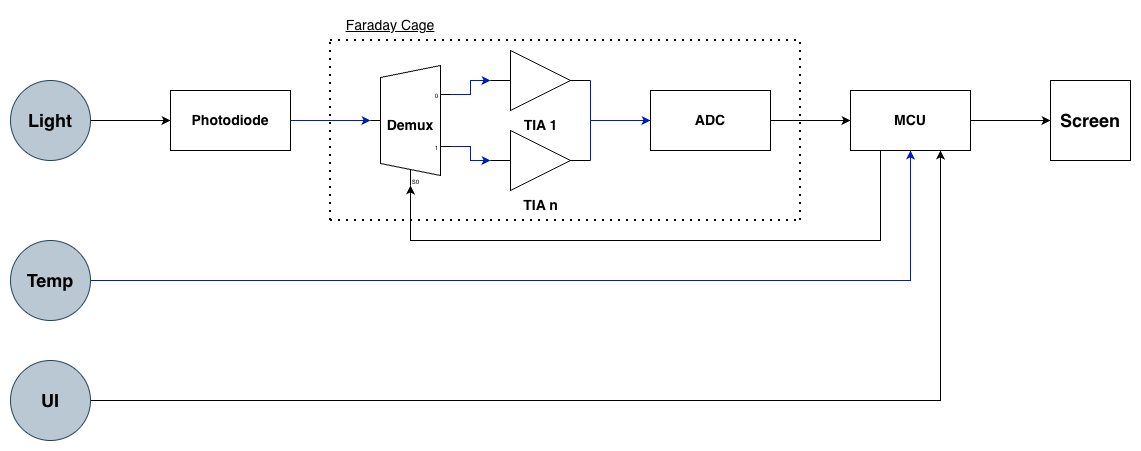
Above: Block Diagram/opm-block-diagram.png in PerryXu1/optical-power-meter (draw.io), before the change. Source tidied: cells renumbered, new cells last; positions are measured from the earlier drawing's top-left corner, leaving out a move shared by most shapes. The source it was exported from:
```xml
<mxGraphModel>
  <root>
    <mxCell id="0" />
    <mxCell id="1" parent="0" />
    <mxCell id="2" value="&lt;b&gt;&lt;font style=&quot;font-size: 14px;&quot;&gt;Photodiode&lt;/font&gt;&lt;/b&gt;" style="rounded=0;whiteSpace=wrap;html=1;" parent="1" vertex="1">
      <mxGeometry x="160" y="80" width="120" height="60" as="geometry" />
    </mxCell>
    <mxCell id="3" style="edgeStyle=orthogonalEdgeStyle;rounded=0;jettySize=auto;html=1;exitX=1;exitY=0.5;exitDx=0;exitDy=0;entryX=0;entryY=0.5;entryDx=0;entryDy=0;" parent="1" edge="1" source="4" target="2">
      <mxGeometry relative="1" as="geometry" />
    </mxCell>
    <mxCell id="4" value="&lt;font style=&quot;font-size: 18px;&quot;&gt;&lt;b&gt;Light&lt;/b&gt;&lt;/font&gt;" style="ellipse;whiteSpace=wrap;html=1;labelBackgroundColor=none;fillColor=#bac8d3;strokeColor=#23445d;" parent="1" vertex="1">
      <mxGeometry y="70" width="80" height="80" as="geometry" />
    </mxCell>
    <mxCell id="5" style="edgeStyle=orthogonalEdgeStyle;rounded=0;jettySize=auto;html=1;exitX=1;exitY=0.21666666666666667;exitDx=0;exitDy=3;exitPerimeter=0;fillColor=#0050ef;strokeColor=#001DBC;" parent="1" edge="1" source="7" target="9">
      <mxGeometry relative="1" as="geometry" />
    </mxCell>
    <mxCell id="6" style="edgeStyle=orthogonalEdgeStyle;rounded=0;jettySize=auto;html=1;exitX=1;exitY=0.65;exitDx=0;exitDy=3;exitPerimeter=0;fillColor=#0050ef;strokeColor=#001DBC;" parent="1" edge="1" source="7" target="10">
      <mxGeometry relative="1" as="geometry" />
    </mxCell>
    <mxCell id="7" value="&lt;b&gt;&lt;font style=&quot;font-size: 14px;&quot;&gt;Demux&lt;/font&gt;&lt;/b&gt;" style="shadow=0;dashed=0;align=center;html=1;strokeWidth=1;shape=mxgraph.electrical.abstract.mux2;operation=demux;whiteSpace=wrap;" parent="1" vertex="1">
      <mxGeometry x="360" y="55" width="80" height="120" as="geometry" />
    </mxCell>
    <mxCell id="8" style="edgeStyle=orthogonalEdgeStyle;rounded=0;jettySize=auto;html=1;exitX=1;exitY=0.5;exitDx=0;exitDy=0;entryX=0;entryY=0.4583333333333333;entryDx=0;entryDy=0;entryPerimeter=0;fillColor=#0050ef;strokeColor=#001DBC;" parent="1" edge="1" source="2" target="7">
      <mxGeometry relative="1" as="geometry" />
    </mxCell>
    <mxCell id="9" value="&lt;font style=&quot;font-size: 14px;&quot;&gt;&lt;b&gt;TIA 1&lt;/b&gt;&lt;/font&gt;&lt;div&gt;&lt;br&gt;&lt;/div&gt;" style="verticalLabelPosition=bottom;shadow=0;dashed=0;align=center;html=1;verticalAlign=top;shape=mxgraph.electrical.logic_gates.buffer2;" parent="1" vertex="1">
      <mxGeometry x="480" y="40" width="100" height="60" as="geometry" />
    </mxCell>
    <mxCell id="10" value="&lt;b&gt;&lt;font style=&quot;font-size: 14px;&quot;&gt;TIA n&lt;/font&gt;&lt;/b&gt;" style="verticalLabelPosition=bottom;shadow=0;dashed=0;align=center;html=1;verticalAlign=top;shape=mxgraph.electrical.logic_gates.buffer2;" parent="1" vertex="1">
      <mxGeometry x="480" y="120" width="100" height="60" as="geometry" />
    </mxCell>
    <mxCell id="11" style="endArrow=none;html=1;rounded=0;exitX=1;exitY=0.5;exitDx=0;exitDy=0;fillColor=#0050ef;strokeColor=#001DBC;" parent="1" edge="1" source="10">
      <mxGeometry relative="1" as="geometry">
        <mxPoint x="580" y="70" as="targetPoint" />
        <Array as="points">
          <mxPoint x="580" y="110" />
        </Array>
      </mxGeometry>
    </mxCell>
    <mxCell id="12" style="edgeStyle=none;rounded=0;jettySize=auto;html=1;exitX=1;exitY=0.5;exitDx=0;exitDy=0;" parent="1" edge="1" source="13" target="17">
      <mxGeometry relative="1" as="geometry" />
    </mxCell>
    <mxCell id="13" value="&lt;font style=&quot;font-size: 14px;&quot;&gt;&lt;b&gt;ADC&lt;/b&gt;&lt;/font&gt;" style="rounded=0;whiteSpace=wrap;html=1;" parent="1" vertex="1">
      <mxGeometry x="640" y="80" width="120" height="60" as="geometry" />
    </mxCell>
    <mxCell id="14" style="endArrow=classic;html=1;rounded=0;entryX=0;entryY=0.5;entryDx=0;entryDy=0;fillColor=#0050ef;strokeColor=#001DBC;" parent="1" edge="1" target="13">
      <mxGeometry relative="1" as="geometry">
        <mxPoint x="580" y="110" as="sourcePoint" />
      </mxGeometry>
    </mxCell>
    <mxCell id="15" style="edgeStyle=none;rounded=0;jettySize=auto;html=1;exitX=0.25;exitY=1;exitDx=0;exitDy=0;entryX=0.375;entryY=1;entryDx=10;entryDy=0;entryPerimeter=0;" parent="1" edge="1" source="17" target="7">
      <mxGeometry relative="1" as="geometry">
        <Array as="points">
          <mxPoint x="870" y="230" />
          <mxPoint x="400" y="230" />
        </Array>
      </mxGeometry>
    </mxCell>
    <mxCell id="16" style="edgeStyle=none;rounded=0;jettySize=auto;html=1;entryX=0;entryY=0.5;entryDx=0;entryDy=0;" parent="1" edge="1" source="17" target="22">
      <mxGeometry relative="1" as="geometry" />
    </mxCell>
    <mxCell id="17" value="&lt;font style=&quot;font-size: 14px;&quot;&gt;&lt;b&gt;MCU&lt;/b&gt;&lt;/font&gt;" style="rounded=0;whiteSpace=wrap;html=1;" parent="1" vertex="1">
      <mxGeometry x="840" y="80" width="120" height="60" as="geometry" />
    </mxCell>
    <mxCell id="18" style="edgeStyle=none;rounded=0;jettySize=auto;html=1;entryX=0.5;entryY=1;entryDx=0;entryDy=0;fillColor=#0050ef;strokeColor=#001DBC;" parent="1" edge="1" source="19" target="17">
      <mxGeometry relative="1" as="geometry">
        <Array as="points">
          <mxPoint x="900" y="270" />
        </Array>
      </mxGeometry>
    </mxCell>
    <mxCell id="19" value="&lt;b&gt;&lt;font style=&quot;font-size: 18px;&quot;&gt;Temp&lt;/font&gt;&lt;/b&gt;" style="ellipse;whiteSpace=wrap;html=1;fillColor=#bac8d3;strokeColor=#23445d;" parent="1" vertex="1">
      <mxGeometry y="230" width="80" height="80" as="geometry" />
    </mxCell>
    <mxCell id="20" style="edgeStyle=none;rounded=0;jettySize=auto;html=1;entryX=0.75;entryY=1;entryDx=0;entryDy=0;" parent="1" edge="1" source="21" target="17">
      <mxGeometry relative="1" as="geometry">
        <Array as="points">
          <mxPoint x="930" y="390" />
        </Array>
      </mxGeometry>
    </mxCell>
    <mxCell id="21" value="&lt;b&gt;&lt;font style=&quot;font-size: 18px;&quot;&gt;UI&lt;/font&gt;&lt;/b&gt;" style="ellipse;whiteSpace=wrap;html=1;fillColor=#bac8d3;strokeColor=#23445d;" parent="1" vertex="1">
      <mxGeometry y="350" width="80" height="80" as="geometry" />
    </mxCell>
    <mxCell id="22" value="&lt;b&gt;&lt;font style=&quot;font-size: 18px;&quot;&gt;Screen&lt;/font&gt;&lt;/b&gt;" style="whiteSpace=wrap;html=1;" parent="1" vertex="1">
      <mxGeometry x="1040" y="70" width="80" height="80" as="geometry" />
    </mxCell>
    <mxCell id="23" style="endArrow=none;dashed=1;html=1;dashPattern=1 3;strokeWidth=2;rounded=0;" parent="1" edge="1">
      <mxGeometry relative="1" as="geometry">
        <mxPoint x="320" y="210" as="sourcePoint" />
        <mxPoint x="320" y="30" as="targetPoint" />
      </mxGeometry>
    </mxCell>
    <mxCell id="24" style="endArrow=none;dashed=1;html=1;dashPattern=1 3;strokeWidth=2;rounded=0;" parent="1" edge="1">
      <mxGeometry relative="1" as="geometry">
        <mxPoint x="320" y="210" as="sourcePoint" />
        <mxPoint x="790" y="210" as="targetPoint" />
      </mxGeometry>
    </mxCell>
    <mxCell id="25" style="endArrow=none;dashed=1;html=1;dashPattern=1 3;strokeWidth=2;rounded=0;" parent="1" edge="1">
      <mxGeometry relative="1" as="geometry">
        <mxPoint x="320" y="30" as="sourcePoint" />
        <mxPoint x="790" y="30" as="targetPoint" />
      </mxGeometry>
    </mxCell>
    <mxCell id="26" style="endArrow=none;dashed=1;html=1;dashPattern=1 3;strokeWidth=2;rounded=0;" parent="1" edge="1">
      <mxGeometry relative="1" as="geometry">
        <mxPoint x="790" y="210" as="sourcePoint" />
        <mxPoint x="790" y="30" as="targetPoint" />
      </mxGeometry>
    </mxCell>
    <mxCell id="27" value="&lt;u&gt;&lt;font style=&quot;font-size: 14px;&quot;&gt;Faraday Cage&lt;/font&gt;&lt;/u&gt;" style="text;html=1;whiteSpace=wrap;strokeColor=none;fillColor=none;align=center;verticalAlign=middle;rounded=0;" parent="1" vertex="1">
      <mxGeometry x="320" width="120" height="30" as="geometry" />
    </mxCell>
  </root>
</mxGraphModel>
```
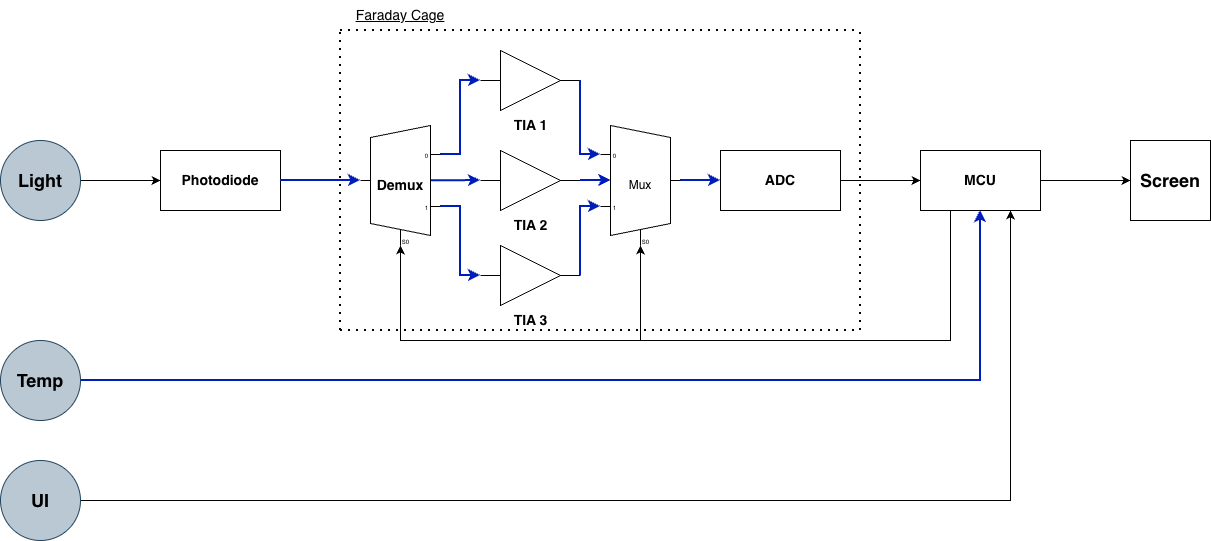
After the commit.

Commit message:
feat: revise block diagram to incldue separate paths for TIAs

The edit, as a diff of the source:
```diff
@@ -11,106 +11,131 @@
     <mxCell id="4" value="&lt;font style=&quot;font-size: 18px;&quot;&gt;&lt;b&gt;Light&lt;/b&gt;&lt;/font&gt;" style="ellipse;whiteSpace=wrap;html=1;labelBackgroundColor=none;fillColor=#bac8d3;strokeColor=#23445d;" parent="1" vertex="1">
       <mxGeometry y="70" width="80" height="80" as="geometry" />
     </mxCell>
+    <mxCell id="28" style="edgeStyle=orthogonalEdgeStyle;rounded=0;jettySize=auto;html=1;exitX=0.88;exitY=0.46;exitDx=0;exitDy=0;exitPerimeter=0;entryX=0;entryY=0.5;entryDx=0;entryDy=0;fillColor=#0050ef;strokeColor=#001DBC;strokeWidth=2;" parent="1" edge="1" source="7" target="30">
+      <mxGeometry relative="1" as="geometry" />
+    </mxCell>
-    <mxCell id="5" style="edgeStyle=orthogonalEdgeStyle;rounded=0;jettySize=auto;html=1;exitX=1;exitY=0.21666666666666667;exitDx=0;exitDy=3;exitPerimeter=0;fillColor=#0050ef;strokeColor=#001DBC;" parent="1" edge="1" source="7" target="9">
+    <mxCell id="5" style="edgeStyle=orthogonalEdgeStyle;rounded=0;jettySize=auto;html=1;exitX=1;exitY=0.21666666666666667;exitDx=0;exitDy=3;exitPerimeter=0;entryX=0;entryY=0.5;entryDx=0;entryDy=0;fillColor=#0050ef;strokeColor=#001DBC;strokeWidth=2;" parent="1" edge="1" source="7" target="9">
       <mxGeometry relative="1" as="geometry" />
     </mxCell>
-    <mxCell id="6" style="edgeStyle=orthogonalEdgeStyle;rounded=0;jettySize=auto;html=1;exitX=1;exitY=0.65;exitDx=0;exitDy=3;exitPerimeter=0;fillColor=#0050ef;strokeColor=#001DBC;" parent="1" edge="1" source="7" target="10">
+    <mxCell id="6" style="edgeStyle=orthogonalEdgeStyle;rounded=0;jettySize=auto;html=1;exitX=1;exitY=0.65;exitDx=0;exitDy=3;exitPerimeter=0;entryX=0;entryY=0.5;entryDx=0;entryDy=0;fillColor=#0050ef;strokeColor=#001DBC;startSize=6;endSize=6;strokeWidth=2;" parent="1" edge="1" source="7" target="10">
       <mxGeometry relative="1" as="geometry" />
     </mxCell>
-    <mxCell id="7" value="&lt;b&gt;&lt;font style=&quot;font-size: 14px;&quot;&gt;Demux&lt;/font&gt;&lt;/b&gt;" style="shadow=0;dashed=0;align=center;html=1;strokeWidth=1;shape=mxgraph.electrical.abstract.mux2;operation=demux;whiteSpace=wrap;" parent="1" vertex="1">
+    <mxCell id="7" value="&lt;b&gt;&lt;font style=&quot;font-size: 14px;&quot;&gt;Demux&lt;/font&gt;&lt;/b&gt;" style="shadow=0;dashed=0;align=center;html=1;strokeWidth=1;shape=mxgraph.electrical.abstract.mux2;operation=demux;whiteSpace=wrap;points=[[0,0.4583333333333333,0,0,0],[0.375,1,0,10,0],[0.88,0.46,0,0,0],[1,0.21666666666666667,0,0,3],[1,0.65,0,0,3]];" parent="1" vertex="1">
       <mxGeometry x="360" y="55" width="80" height="120" as="geometry" />
     </mxCell>
-    <mxCell id="8" style="edgeStyle=orthogonalEdgeStyle;rounded=0;jettySize=auto;html=1;exitX=1;exitY=0.5;exitDx=0;exitDy=0;entryX=0;entryY=0.4583333333333333;entryDx=0;entryDy=0;entryPerimeter=0;fillColor=#0050ef;strokeColor=#001DBC;" parent="1" edge="1" source="2" target="7">
+    <mxCell id="8" style="edgeStyle=orthogonalEdgeStyle;rounded=0;jettySize=auto;html=1;exitX=1;exitY=0.5;exitDx=0;exitDy=0;entryX=0;entryY=0.4583333333333333;entryDx=0;entryDy=0;entryPerimeter=0;fillColor=#0050ef;strokeColor=#001DBC;strokeWidth=2;" parent="1" edge="1" source="2" target="7">
       <mxGeometry relative="1" as="geometry" />
     </mxCell>
     <mxCell id="9" value="&lt;font style=&quot;font-size: 14px;&quot;&gt;&lt;b&gt;TIA 1&lt;/b&gt;&lt;/font&gt;&lt;div&gt;&lt;br&gt;&lt;/div&gt;" style="verticalLabelPosition=bottom;shadow=0;dashed=0;align=center;html=1;verticalAlign=top;shape=mxgraph.electrical.logic_gates.buffer2;" parent="1" vertex="1">
-      <mxGeometry x="480" y="40" width="100" height="60" as="geometry" />
+      <mxGeometry x="480" y="-20" width="100" height="60" as="geometry" />
     </mxCell>
-    <mxCell id="10" value="&lt;b&gt;&lt;font style=&quot;font-size: 14px;&quot;&gt;TIA n&lt;/font&gt;&lt;/b&gt;" style="verticalLabelPosition=bottom;shadow=0;dashed=0;align=center;html=1;verticalAlign=top;shape=mxgraph.electrical.logic_gates.buffer2;" parent="1" vertex="1">
-      <mxGeometry x="480" y="120" width="100" height="60" as="geometry" />
+    <mxCell id="10" value="&lt;b&gt;&lt;font style=&quot;font-size: 14px;&quot;&gt;TIA 3&lt;/font&gt;&lt;/b&gt;&lt;div&gt;&lt;b&gt;&lt;font style=&quot;font-size: 14px;&quot;&gt;&lt;br&gt;&lt;/font&gt;&lt;/b&gt;&lt;/div&gt;" style="verticalLabelPosition=bottom;shadow=0;dashed=0;align=center;html=1;verticalAlign=top;shape=mxgraph.electrical.logic_gates.buffer2;" parent="1" vertex="1">
+      <mxGeometry x="480" y="175" width="100" height="60" as="geometry" />
     </mxCell>
-    <mxCell id="11" style="endArrow=none;html=1;rounded=0;exitX=1;exitY=0.5;exitDx=0;exitDy=0;fillColor=#0050ef;strokeColor=#001DBC;" parent="1" edge="1" source="10">
-      <mxGeometry relative="1" as="geometry">
-        <mxPoint x="580" y="70" as="targetPoint" />
-        <Array as="points">
-          <mxPoint x="580" y="110" />
-        </Array>
-      </mxGeometry>
-    </mxCell>
     <mxCell id="12" style="edgeStyle=none;rounded=0;jettySize=auto;html=1;exitX=1;exitY=0.5;exitDx=0;exitDy=0;" parent="1" edge="1" source="13" target="17">
       <mxGeometry relative="1" as="geometry" />
     </mxCell>
     <mxCell id="13" value="&lt;font style=&quot;font-size: 14px;&quot;&gt;&lt;b&gt;ADC&lt;/b&gt;&lt;/font&gt;" style="rounded=0;whiteSpace=wrap;html=1;" parent="1" vertex="1">
-      <mxGeometry x="640" y="80" width="120" height="60" as="geometry" />
+      <mxGeometry x="720" y="80" width="120" height="60" as="geometry" />
     </mxCell>
-    <mxCell id="14" style="endArrow=classic;html=1;rounded=0;entryX=0;entryY=0.5;entryDx=0;entryDy=0;fillColor=#0050ef;strokeColor=#001DBC;" parent="1" edge="1" target="13">
-      <mxGeometry relative="1" as="geometry">
-        <mxPoint x="580" y="110" as="sourcePoint" />
-      </mxGeometry>
-    </mxCell>
     <mxCell id="15" style="edgeStyle=none;rounded=0;jettySize=auto;html=1;exitX=0.25;exitY=1;exitDx=0;exitDy=0;entryX=0.375;entryY=1;entryDx=10;entryDy=0;entryPerimeter=0;" parent="1" edge="1" source="17" target="7">
       <mxGeometry relative="1" as="geometry">
         <Array as="points">
-          <mxPoint x="870" y="230" />
-          <mxPoint x="400" y="230" />
+          <mxPoint x="950" y="270" />
+          <mxPoint x="640" y="270" />
+          <mxPoint x="400" y="270" />
         </Array>
       </mxGeometry>
     </mxCell>
     <mxCell id="16" style="edgeStyle=none;rounded=0;jettySize=auto;html=1;entryX=0;entryY=0.5;entryDx=0;entryDy=0;" parent="1" edge="1" source="17" target="22">
       <mxGeometry relative="1" as="geometry" />
     </mxCell>
+    <mxCell id="29" style="edgeStyle=orthogonalEdgeStyle;rounded=0;jettySize=auto;html=1;exitX=0.25;exitY=1;exitDx=0;exitDy=0;entryX=0.375;entryY=1;entryDx=10;entryDy=0;entryPerimeter=0;" parent="1" edge="1" source="17" target="32">
+      <mxGeometry relative="1" as="geometry">
+        <Array as="points">
+          <mxPoint x="950" y="270" />
+          <mxPoint x="640" y="270" />
+        </Array>
+      </mxGeometry>
+    </mxCell>
     <mxCell id="17" value="&lt;font style=&quot;font-size: 14px;&quot;&gt;&lt;b&gt;MCU&lt;/b&gt;&lt;/font&gt;" style="rounded=0;whiteSpace=wrap;html=1;" parent="1" vertex="1">
-      <mxGeometry x="840" y="80" width="120" height="60" as="geometry" />
+      <mxGeometry x="920" y="80" width="120" height="60" as="geometry" />
     </mxCell>
-    <mxCell id="18" style="edgeStyle=none;rounded=0;jettySize=auto;html=1;entryX=0.5;entryY=1;entryDx=0;entryDy=0;fillColor=#0050ef;strokeColor=#001DBC;" parent="1" edge="1" source="19" target="17">
+    <mxCell id="18" style="edgeStyle=none;rounded=0;jettySize=auto;html=1;entryX=0.5;entryY=1;entryDx=0;entryDy=0;fillColor=#0050ef;strokeColor=#001DBC;strokeWidth=2;" parent="1" edge="1" source="19" target="17">
       <mxGeometry relative="1" as="geometry">
         <Array as="points">
-          <mxPoint x="900" y="270" />
+          <mxPoint x="980" y="310" />
         </Array>
       </mxGeometry>
     </mxCell>
     <mxCell id="19" value="&lt;b&gt;&lt;font style=&quot;font-size: 18px;&quot;&gt;Temp&lt;/font&gt;&lt;/b&gt;" style="ellipse;whiteSpace=wrap;html=1;fillColor=#bac8d3;strokeColor=#23445d;" parent="1" vertex="1">
-      <mxGeometry y="230" width="80" height="80" as="geometry" />
+      <mxGeometry y="270" width="80" height="80" as="geometry" />
     </mxCell>
     <mxCell id="20" style="edgeStyle=none;rounded=0;jettySize=auto;html=1;entryX=0.75;entryY=1;entryDx=0;entryDy=0;" parent="1" edge="1" source="21" target="17">
       <mxGeometry relative="1" as="geometry">
         <Array as="points">
-          <mxPoint x="930" y="390" />
+          <mxPoint x="1010" y="430" />
         </Array>
       </mxGeometry>
     </mxCell>
     <mxCell id="21" value="&lt;b&gt;&lt;font style=&quot;font-size: 18px;&quot;&gt;UI&lt;/font&gt;&lt;/b&gt;" style="ellipse;whiteSpace=wrap;html=1;fillColor=#bac8d3;strokeColor=#23445d;" parent="1" vertex="1">
-      <mxGeometry y="350" width="80" height="80" as="geometry" />
+      <mxGeometry y="390" width="80" height="80" as="geometry" />
     </mxCell>
     <mxCell id="22" value="&lt;b&gt;&lt;font style=&quot;font-size: 18px;&quot;&gt;Screen&lt;/font&gt;&lt;/b&gt;" style="whiteSpace=wrap;html=1;" parent="1" vertex="1">
-      <mxGeometry x="1040" y="70" width="80" height="80" as="geometry" />
+      <mxGeometry x="1130" y="70" width="80" height="80" as="geometry" />
     </mxCell>
     <mxCell id="23" style="endArrow=none;dashed=1;html=1;dashPattern=1 3;strokeWidth=2;rounded=0;" parent="1" edge="1">
       <mxGeometry relative="1" as="geometry">
-        <mxPoint x="320" y="210" as="sourcePoint" />
-        <mxPoint x="320" y="30" as="targetPoint" />
+        <mxPoint x="340" y="260" as="sourcePoint" />
+        <mxPoint x="340" y="-40" as="targetPoint" />
       </mxGeometry>
     </mxCell>
     <mxCell id="24" style="endArrow=none;dashed=1;html=1;dashPattern=1 3;strokeWidth=2;rounded=0;" parent="1" edge="1">
       <mxGeometry relative="1" as="geometry">
-        <mxPoint x="320" y="210" as="sourcePoint" />
-        <mxPoint x="790" y="210" as="targetPoint" />
+        <mxPoint x="340" y="260" as="sourcePoint" />
+        <mxPoint x="860" y="260" as="targetPoint" />
       </mxGeometry>
     </mxCell>
     <mxCell id="25" style="endArrow=none;dashed=1;html=1;dashPattern=1 3;strokeWidth=2;rounded=0;" parent="1" edge="1">
       <mxGeometry relative="1" as="geometry">
-        <mxPoint x="320" y="30" as="sourcePoint" />
-        <mxPoint x="790" y="30" as="targetPoint" />
+        <mxPoint x="340" y="-40" as="sourcePoint" />
+        <mxPoint x="860" y="-40" as="targetPoint" />
       </mxGeometry>
     </mxCell>
     <mxCell id="26" style="endArrow=none;dashed=1;html=1;dashPattern=1 3;strokeWidth=2;rounded=0;" parent="1" edge="1">
       <mxGeometry relative="1" as="geometry">
-        <mxPoint x="790" y="210" as="sourcePoint" />
-        <mxPoint x="790" y="30" as="targetPoint" />
+        <mxPoint x="860" y="260" as="sourcePoint" />
+        <mxPoint x="860" y="-40" as="targetPoint" />
       </mxGeometry>
     </mxCell>
     <mxCell id="27" value="&lt;u&gt;&lt;font style=&quot;font-size: 14px;&quot;&gt;Faraday Cage&lt;/font&gt;&lt;/u&gt;" style="text;html=1;whiteSpace=wrap;strokeColor=none;fillColor=none;align=center;verticalAlign=middle;rounded=0;" parent="1" vertex="1">
-      <mxGeometry x="320" width="120" height="30" as="geometry" />
+      <mxGeometry x="340" y="-70" width="120" height="30" as="geometry" />
     </mxCell>
+    <mxCell id="30" value="&lt;font style=&quot;font-size: 14px;&quot;&gt;&lt;b&gt;TIA 2&lt;/b&gt;&lt;/font&gt;" style="verticalLabelPosition=bottom;shadow=0;dashed=0;align=center;html=1;verticalAlign=top;shape=mxgraph.electrical.logic_gates.buffer2;" parent="1" vertex="1">
+      <mxGeometry x="480" y="80" width="100" height="60" as="geometry" />
+    </mxCell>
+    <mxCell id="31" style="edgeStyle=orthogonalEdgeStyle;rounded=0;jettySize=auto;html=1;exitX=1;exitY=0.5;exitDx=0;exitDy=-5;exitPerimeter=0;entryX=0;entryY=0.5;entryDx=0;entryDy=0;fillColor=#0050ef;strokeColor=#001DBC;strokeWidth=2;" parent="1" edge="1" source="32" target="13">
+      <mxGeometry relative="1" as="geometry" />
+    </mxCell>
+    <mxCell id="32" value="Mux" style="shadow=0;dashed=0;align=center;html=1;strokeWidth=1;shape=mxgraph.electrical.abstract.mux2;whiteSpace=wrap;points=[[0,0.21666666666666667,0,0,3],[0,0.65,0,0,3],[0.13,0.46,0,0,0],[0.375,1,0,10,0],[1,0.5,0,0,-5]];" parent="1" vertex="1">
+      <mxGeometry x="600" y="55" width="80" height="120" as="geometry" />
+    </mxCell>
+    <mxCell id="33" style="edgeStyle=orthogonalEdgeStyle;rounded=0;jettySize=auto;html=1;exitX=1;exitY=0.5;exitDx=0;exitDy=0;entryX=0.13;entryY=0.46;entryDx=0;entryDy=0;entryPerimeter=0;fillColor=#0050ef;strokeColor=#001DBC;strokeWidth=2;" parent="1" edge="1" source="30" target="32">
+      <mxGeometry relative="1" as="geometry" />
+    </mxCell>
+    <mxCell id="34" style="edgeStyle=orthogonalEdgeStyle;rounded=0;jettySize=auto;html=1;exitX=1;exitY=0.5;exitDx=0;exitDy=0;entryX=0;entryY=0.21666666666666667;entryDx=0;entryDy=3;entryPerimeter=0;fillColor=#0050ef;strokeColor=#001DBC;strokeWidth=2;" parent="1" edge="1" source="9" target="32">
+      <mxGeometry relative="1" as="geometry">
+        <Array as="points">
+          <mxPoint x="580" y="84" />
+        </Array>
+      </mxGeometry>
+    </mxCell>
+    <mxCell id="35" style="edgeStyle=orthogonalEdgeStyle;rounded=0;jettySize=auto;html=1;exitX=1;exitY=0.5;exitDx=0;exitDy=0;entryX=0;entryY=0.65;entryDx=0;entryDy=3;entryPerimeter=0;fillColor=#0050ef;strokeColor=#001DBC;strokeWidth=2;" parent="1" edge="1" source="10" target="32">
+      <mxGeometry relative="1" as="geometry">
+        <Array as="points">
+          <mxPoint x="580" y="136" />
+        </Array>
+      </mxGeometry>
+    </mxCell>
   </root>
 </mxGraphModel>
```
